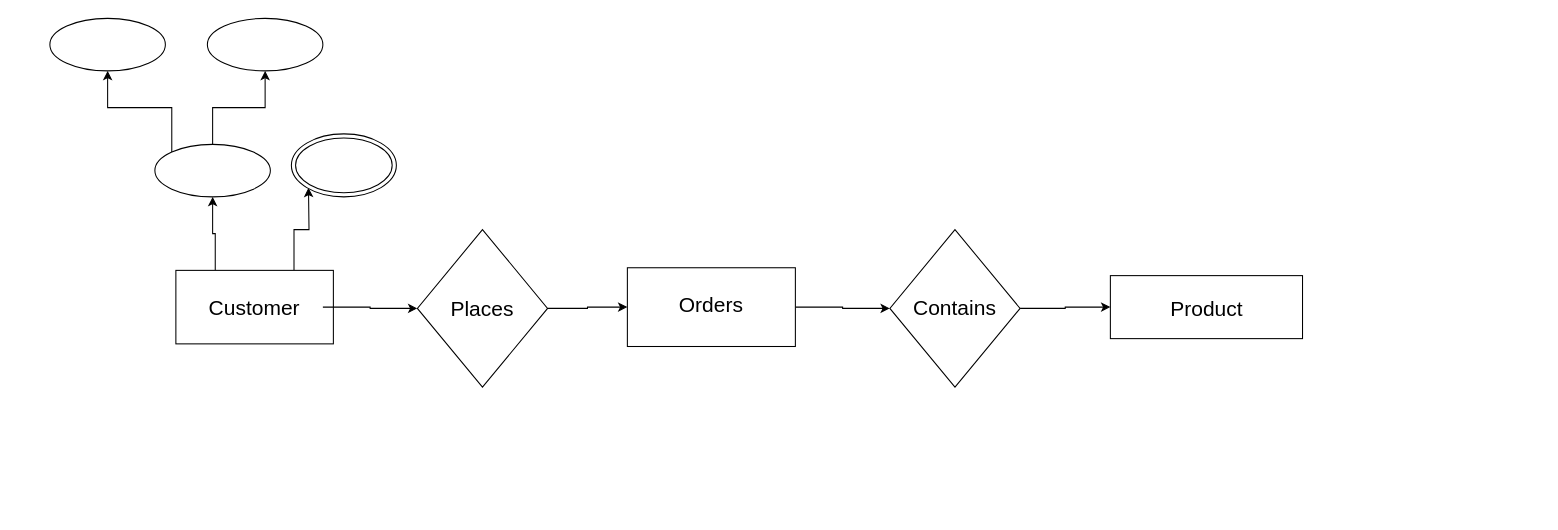
This is Untitled Diagram.drawio from riwajghimire/Python_Learning, a draw.io file, before an edit. Source tidied: cells renumbered, new cells numbered last; positions are measured from the earlier drawing's top-left corner, leaving out a move shared by most shapes. Both pictures are drawn from the tidied source at 105%, with x=0, y=0 at pixel (49, 18).
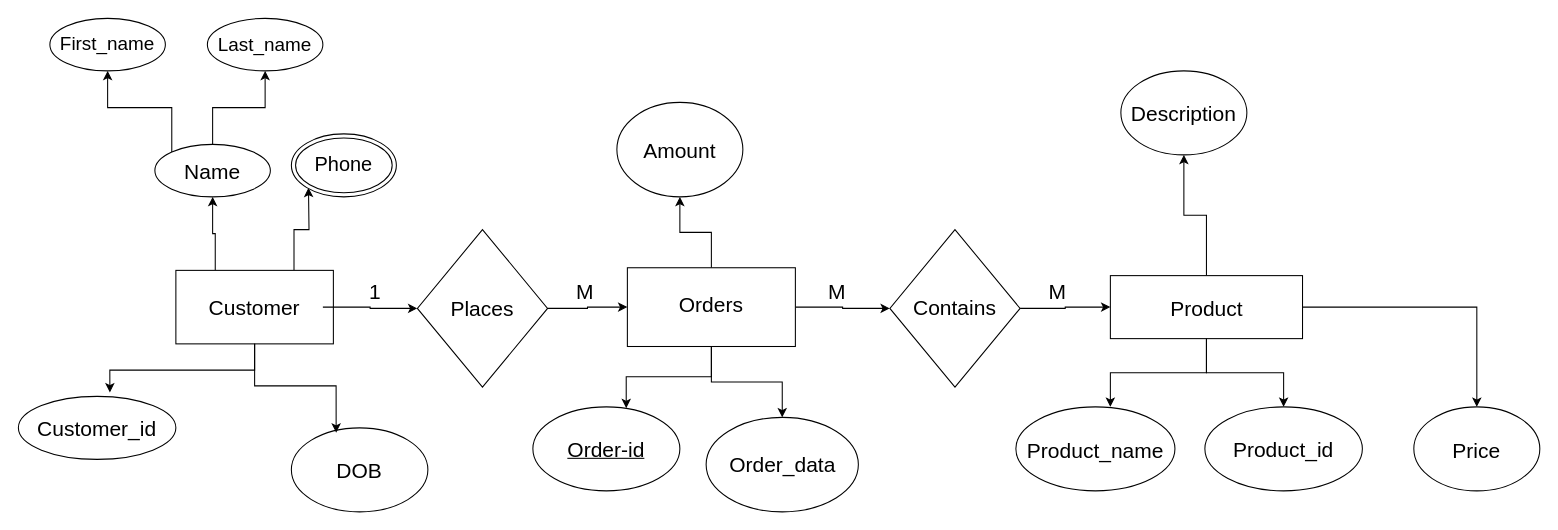
Above is the later version.

Unchanged cells that the change refers to:
```xml
<mxCell id="4" style="rounded=0;whiteSpace=wrap;html=1;" parent="1" vertex="1">
  <mxGeometry x="120" y="240" width="150" height="70" as="geometry" />
</mxCell>
<mxCell id="8" style="rounded=0;whiteSpace=wrap;html=1;" parent="1" vertex="1">
  <mxGeometry x="550" y="237.5" width="160" height="75" as="geometry" />
</mxCell>
<mxCell id="9" style="rounded=0;whiteSpace=wrap;html=1;" parent="1" vertex="1">
  <mxGeometry x="1010" y="245" width="183" height="60" as="geometry" />
</mxCell>
```

The edit, as a diff of the source:
```diff
@@
+    <mxCell id="24" style="edgeStyle=orthogonalEdgeStyle;rounded=0;jettySize=auto;html=1;" parent="1" edge="1" source="8" target="33">
+      <mxGeometry relative="1" as="geometry" />
+    </mxCell>
+    <mxCell id="25" style="edgeStyle=orthogonalEdgeStyle;rounded=0;jettySize=auto;html=1;" parent="1" edge="1" source="8" target="34">
+      <mxGeometry relative="1" as="geometry" />
+    </mxCell>
@@
+    <mxCell id="26" style="edgeStyle=orthogonalEdgeStyle;rounded=0;jettySize=auto;html=1;entryX=0.5;entryY=0;entryDx=0;entryDy=0;" parent="1" edge="1" source="9" target="40">
+      <mxGeometry relative="1" as="geometry" />
+    </mxCell>
+    <mxCell id="27" style="edgeStyle=orthogonalEdgeStyle;rounded=0;jettySize=auto;html=1;" parent="1" edge="1" source="9" target="41">
+      <mxGeometry relative="1" as="geometry" />
+    </mxCell>
+    <mxCell id="28" style="edgeStyle=orthogonalEdgeStyle;rounded=0;jettySize=auto;html=1;entryX=0.5;entryY=1;entryDx=0;entryDy=0;" parent="1" edge="1" source="9" target="38">
+      <mxGeometry relative="1" as="geometry" />
+    </mxCell>
@@
-    <mxCell id="21" style="ellipse;whiteSpace=wrap;html=1;" parent="1" vertex="1">
+    <mxCell id="21" value="&lt;font style=&quot;font-size: 18px;&quot;&gt;First_name&lt;/font&gt;" style="ellipse;whiteSpace=wrap;html=1;" parent="1" vertex="1">
       <mxGeometry width="110" height="50" as="geometry" />
     </mxCell>
@@
+    <mxCell id="29" style="ellipse;whiteSpace=wrap;html=1;" parent="1" vertex="1">
+      <mxGeometry x="-30" y="360" width="150" height="60" as="geometry" />
+    </mxCell>
+    <mxCell id="30" style="ellipse;whiteSpace=wrap;html=1;" parent="1" vertex="1">
+      <mxGeometry x="230" y="390" width="130" height="80" as="geometry" />
+    </mxCell>
+    <mxCell id="31" style="edgeStyle=orthogonalEdgeStyle;rounded=0;jettySize=auto;html=1;entryX=0.581;entryY=-0.062;entryDx=0;entryDy=0;entryPerimeter=0;" parent="1" edge="1" source="4" target="29">
+      <mxGeometry relative="1" as="geometry" />
+    </mxCell>
+    <mxCell id="32" style="edgeStyle=orthogonalEdgeStyle;rounded=0;jettySize=auto;html=1;entryX=0.328;entryY=0.058;entryDx=0;entryDy=0;entryPerimeter=0;" parent="1" edge="1" source="4" target="30">
+      <mxGeometry relative="1" as="geometry" />
+    </mxCell>
+    <mxCell id="33" style="ellipse;whiteSpace=wrap;html=1;" parent="1" vertex="1">
+      <mxGeometry x="540" y="80" width="120" height="90" as="geometry" />
+    </mxCell>
+    <mxCell id="34" style="ellipse;whiteSpace=wrap;html=1;" parent="1" vertex="1">
+      <mxGeometry x="625" y="380" width="145" height="90" as="geometry" />
+    </mxCell>
+    <mxCell id="35" style="ellipse;whiteSpace=wrap;html=1;" parent="1" vertex="1">
+      <mxGeometry x="460" y="370" width="140" height="80" as="geometry" />
+    </mxCell>
+    <mxCell id="36" value="&lt;u&gt;&lt;font style=&quot;font-size: 20px;&quot;&gt;Order-id&lt;/font&gt;&lt;/u&gt;" style="text;html=1;align=center;verticalAlign=middle;whiteSpace=wrap;rounded=0;" parent="1" vertex="1">
+      <mxGeometry x="490" y="395" width="80" height="30" as="geometry" />
+    </mxCell>
+    <mxCell id="37" style="edgeStyle=orthogonalEdgeStyle;rounded=0;jettySize=auto;html=1;entryX=0.635;entryY=0.015;entryDx=0;entryDy=0;entryPerimeter=0;" parent="1" edge="1" source="8" target="35">
+      <mxGeometry relative="1" as="geometry" />
+    </mxCell>
+    <mxCell id="38" style="ellipse;whiteSpace=wrap;html=1;" parent="1" vertex="1">
+      <mxGeometry x="1020" y="50" width="120" height="80" as="geometry" />
+    </mxCell>
+    <mxCell id="39" style="ellipse;whiteSpace=wrap;html=1;" parent="1" vertex="1">
+      <mxGeometry x="920" y="370" width="151.5" height="80" as="geometry" />
+    </mxCell>
+    <mxCell id="40" value="&lt;font style=&quot;font-size: 20px;&quot;&gt;Product_id&lt;/font&gt;" style="ellipse;whiteSpace=wrap;html=1;" parent="1" vertex="1">
+      <mxGeometry x="1100" y="370" width="150" height="80" as="geometry" />
+    </mxCell>
+    <mxCell id="41" style="ellipse;whiteSpace=wrap;html=1;" parent="1" vertex="1">
+      <mxGeometry x="1299" y="370" width="120" height="80" as="geometry" />
+    </mxCell>
+    <mxCell id="42" style="edgeStyle=orthogonalEdgeStyle;rounded=0;jettySize=auto;html=1;entryX=0.594;entryY=0;entryDx=0;entryDy=0;entryPerimeter=0;" parent="1" edge="1" source="9" target="39">
+      <mxGeometry relative="1" as="geometry" />
+    </mxCell>
+    <mxCell id="43" value="&lt;font style=&quot;font-size: 18px;&quot;&gt;Last_name&lt;/font&gt;" style="text;html=1;align=center;verticalAlign=middle;whiteSpace=wrap;rounded=0;" parent="1" vertex="1">
+      <mxGeometry x="175" y="11" width="60" height="30" as="geometry" />
+    </mxCell>
+    <mxCell id="44" value="&lt;font style=&quot;font-size: 20px;&quot;&gt;Name&lt;/font&gt;" style="text;html=1;align=center;verticalAlign=middle;whiteSpace=wrap;rounded=0;" parent="1" vertex="1">
+      <mxGeometry x="125" y="130" width="60" height="30" as="geometry" />
+    </mxCell>
+    <mxCell id="45" value="&lt;span style=&quot;font-size: 19px;&quot;&gt;Phone&lt;/span&gt;" style="text;html=1;align=center;verticalAlign=middle;whiteSpace=wrap;rounded=0;" parent="1" vertex="1">
+      <mxGeometry x="250" y="125" width="60" height="30" as="geometry" />
+    </mxCell>
+    <mxCell id="46" value="&lt;font style=&quot;font-size: 20px;&quot;&gt;Customer_id&lt;/font&gt;" style="text;html=1;align=center;verticalAlign=middle;whiteSpace=wrap;rounded=0;" parent="1" vertex="1">
+      <mxGeometry x="15" y="375" width="60" height="30" as="geometry" />
+    </mxCell>
+    <mxCell id="47" value="&lt;font style=&quot;font-size: 20px;&quot;&gt;DOB&lt;/font&gt;" style="text;html=1;align=center;verticalAlign=middle;whiteSpace=wrap;rounded=0;" parent="1" vertex="1">
+      <mxGeometry x="265" y="415" width="60" height="30" as="geometry" />
+    </mxCell>
+    <mxCell id="48" value="&lt;font style=&quot;font-size: 20px;&quot;&gt;Amount&lt;/font&gt;" style="text;html=1;align=center;verticalAlign=middle;whiteSpace=wrap;rounded=0;" parent="1" vertex="1">
+      <mxGeometry x="570" y="110" width="60" height="30" as="geometry" />
+    </mxCell>
+    <mxCell id="49" value="&lt;font style=&quot;font-size: 20px;&quot;&gt;Order_data&lt;/font&gt;" style="text;html=1;align=center;verticalAlign=middle;whiteSpace=wrap;rounded=0;" parent="1" vertex="1">
+      <mxGeometry x="668" y="410" width="60" height="30" as="geometry" />
+    </mxCell>
+    <mxCell id="50" value="&lt;font style=&quot;font-size: 20px;&quot;&gt;Product_name&lt;/font&gt;" style="text;html=1;align=center;verticalAlign=middle;whiteSpace=wrap;rounded=0;" parent="1" vertex="1">
+      <mxGeometry x="966" y="396" width="60" height="30" as="geometry" />
+    </mxCell>
+    <mxCell id="51" value="&lt;font style=&quot;font-size: 20px;&quot;&gt;Description&lt;/font&gt;" style="text;html=1;align=center;verticalAlign=middle;whiteSpace=wrap;rounded=0;" parent="1" vertex="1">
+      <mxGeometry x="1050" y="75" width="60" height="30" as="geometry" />
+    </mxCell>
+    <mxCell id="52" value="&lt;font style=&quot;font-size: 20px;&quot;&gt;Price&lt;/font&gt;" style="text;html=1;align=center;verticalAlign=middle;whiteSpace=wrap;rounded=0;" parent="1" vertex="1">
+      <mxGeometry x="1329" y="396" width="60" height="30" as="geometry" />
+    </mxCell>
+    <mxCell id="53" value="1" style="text;html=1;align=center;verticalAlign=middle;whiteSpace=wrap;rounded=0;fontSize=20;" parent="1" vertex="1">
+      <mxGeometry x="280" y="245" width="60" height="30" as="geometry" />
+    </mxCell>
+    <mxCell id="54" value="&lt;font style=&quot;font-size: 20px;&quot;&gt;M&lt;/font&gt;" style="text;html=1;align=center;verticalAlign=middle;whiteSpace=wrap;rounded=0;" parent="1" vertex="1">
+      <mxGeometry x="480" y="245" width="60" height="30" as="geometry" />
+    </mxCell>
+    <mxCell id="55" value="&lt;font style=&quot;font-size: 20px;&quot;&gt;M&lt;/font&gt;" style="text;html=1;align=center;verticalAlign=middle;whiteSpace=wrap;rounded=0;" parent="1" vertex="1">
+      <mxGeometry x="720" y="245" width="60" height="30" as="geometry" />
+    </mxCell>
+    <mxCell id="56" value="&lt;font style=&quot;font-size: 20px;&quot;&gt;M&lt;/font&gt;" style="text;html=1;align=center;verticalAlign=middle;whiteSpace=wrap;rounded=0;" parent="1" vertex="1">
+      <mxGeometry x="930" y="245" width="60" height="30" as="geometry" />
+    </mxCell>
```
